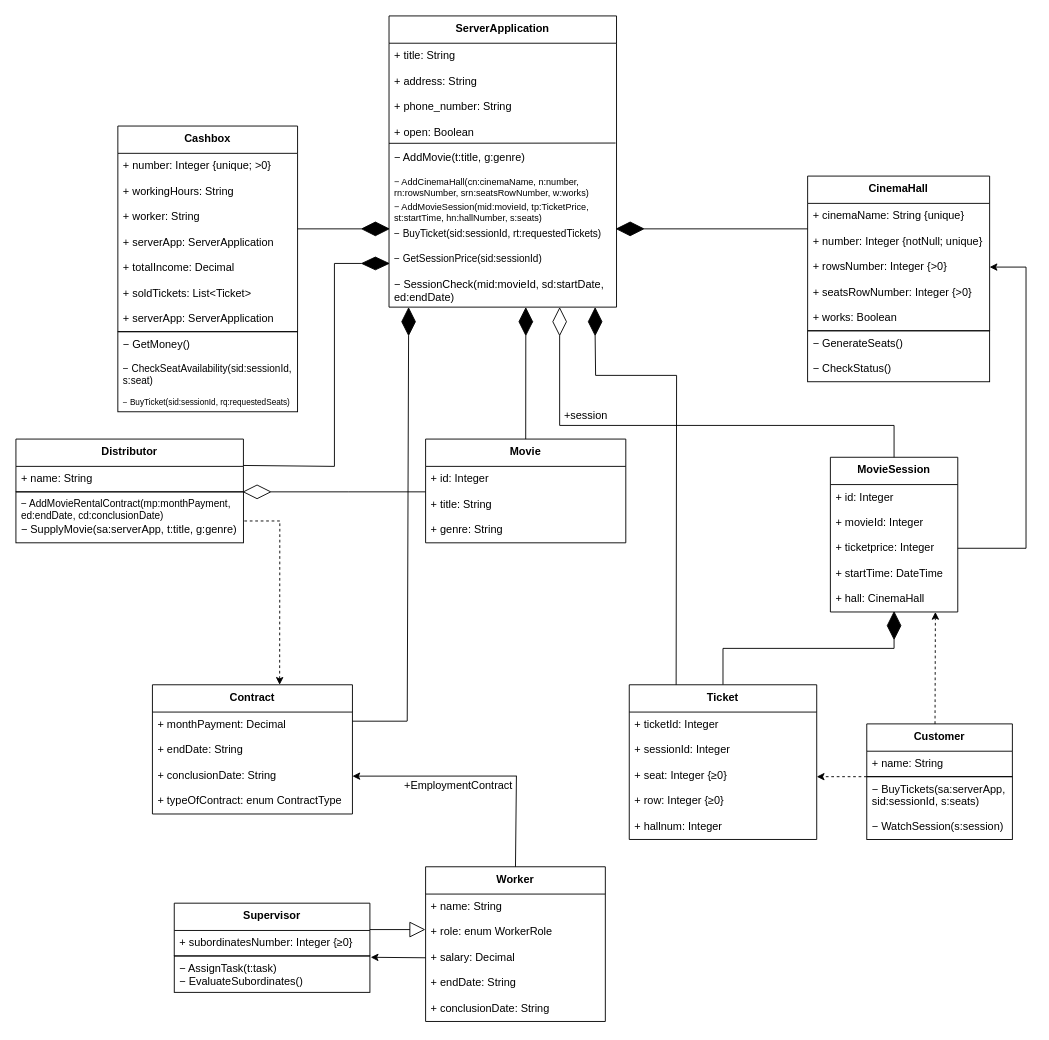
Above: Диаграмма классов.drawio in ANDaniell/-design-practice (draw.io), before the change. Source tidied: cells renumbered, new cells numbered last; positions are measured from the earlier drawing's top-left corner, leaving out a move shared by most shapes. Both pictures are drawn from the tidied source at 91%, with x=0, y=0 at pixel (15, 15).
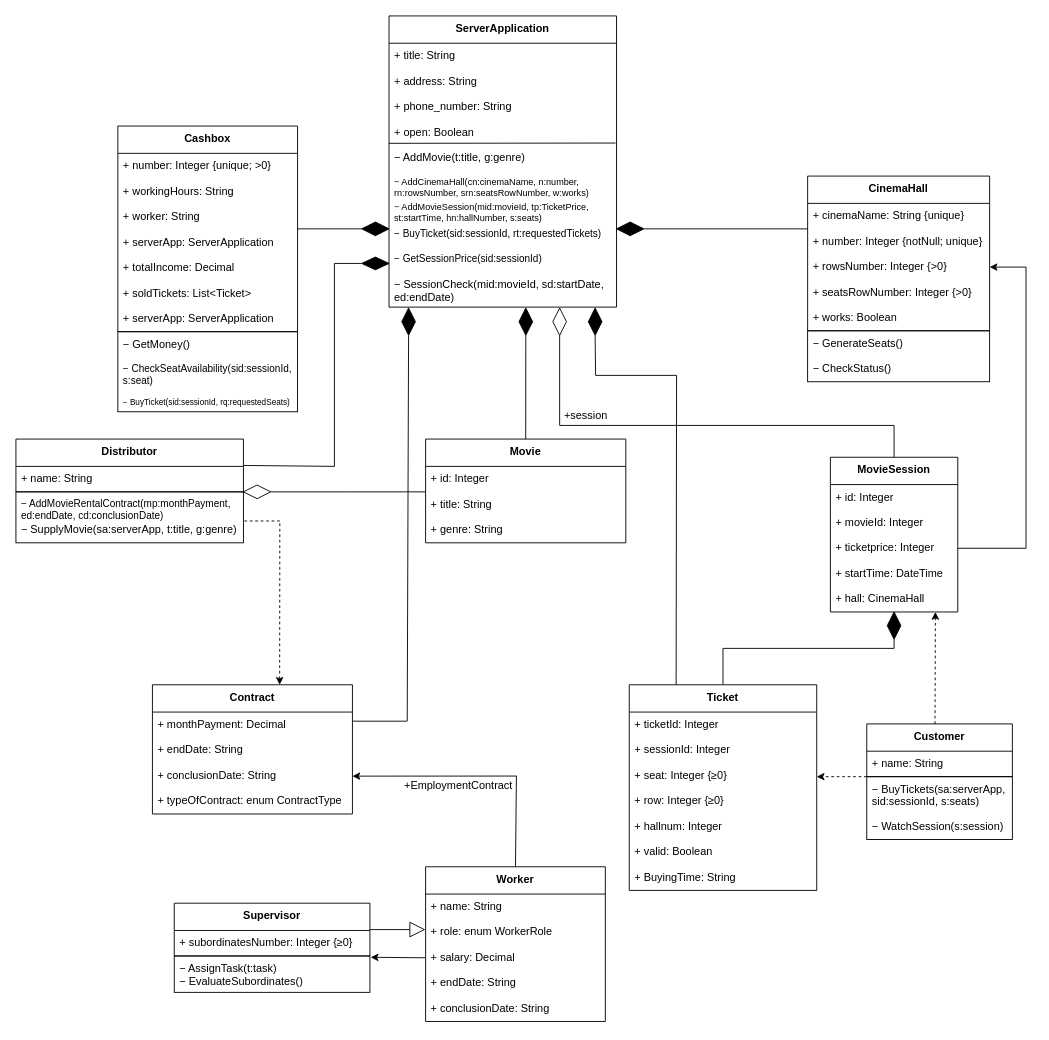
The same page after the edit.

Diff of the diagram source:
```diff
@@
     <mxCell id="35" value="Ticket" style="swimlane;fontStyle=1;align=center;verticalAlign=top;horizontal=1;startSize=30;" parent="1" vertex="1">
-      <mxGeometry x="674" y="735" width="206" height="170" as="geometry" />
+      <mxGeometry x="674" y="735" width="206" height="226" as="geometry" />
     </mxCell>
@@
+    <mxCell id="107" value="+ valid: Boolean" style="text;strokeColor=none;fillColor=none;align=left;verticalAlign=top;spacingLeft=4;spacingRight=4;overflow=hidden;" parent="35" vertex="1">
+      <mxGeometry y="170" width="206" height="28" as="geometry" />
+    </mxCell>
+    <mxCell id="108" value="+ BuyingTime: String" style="text;strokeColor=none;fillColor=none;align=left;verticalAlign=top;spacingLeft=4;spacingRight=4;overflow=hidden;" parent="35" vertex="1">
+      <mxGeometry y="198" width="206" height="28" as="geometry" />
+    </mxCell>
```
